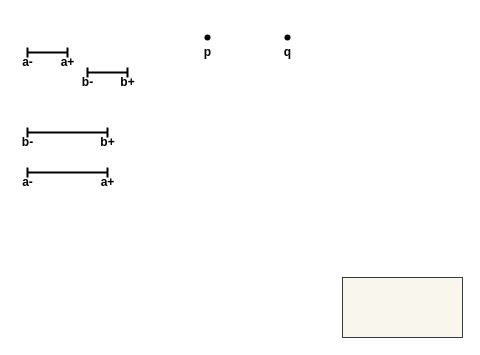
This is page "Relations-Src" (3 of 3) of res/resources.drawio from gchudnov/mindthegap, a draw.io file, before an edit. Source tidied: cells renumbered, new cells numbered last; positions are measured from the earlier drawing's top-left corner, leaving out a move shared by most shapes. Both pictures are drawn from the tidied source at 100%, with x=0, y=0 at pixel (17, 17).
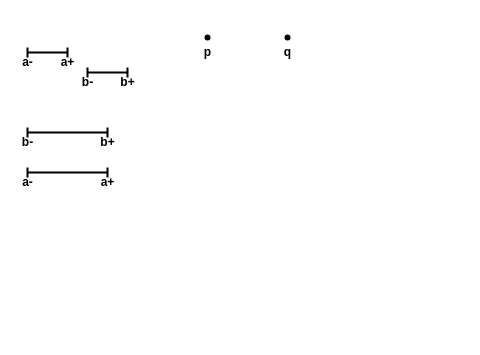
The same diagram, later.

The edit, as a diff of the source:
```diff
@@
-    <mxCell id="20" style="rounded=0;whiteSpace=wrap;html=1;fillColor=#f9f7ed;strokeColor=#36393d;" parent="1" vertex="1">
-      <mxGeometry x="325" y="260" width="120" height="60" as="geometry" />
-    </mxCell>
```
